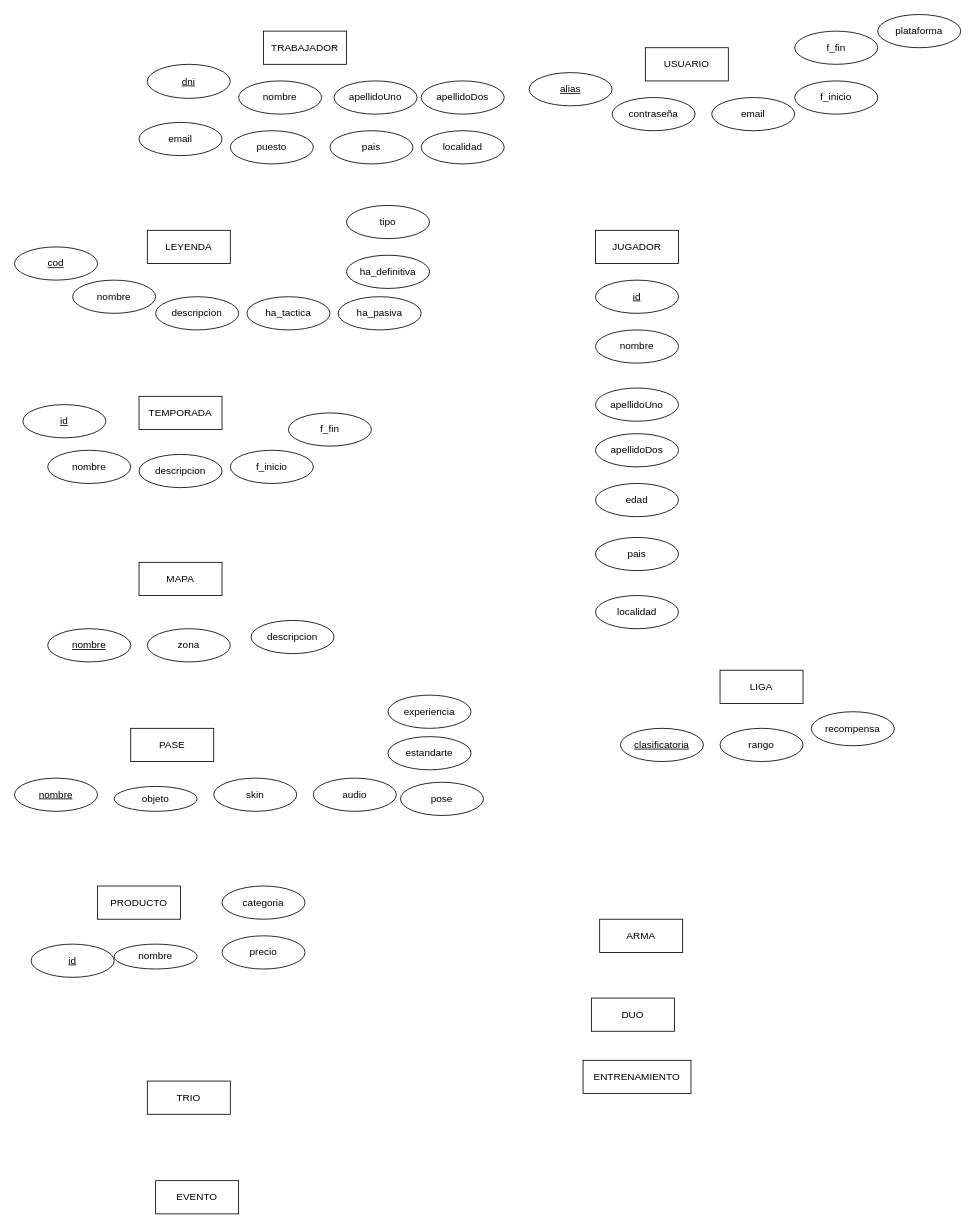
The draw.io diagram modelo_entidad_relacion/modelo_entidad_relacion.drawio in raulgp97/base_de_datos_apex_leyends, before the edit. Source tidied: cells renumbered, new cells numbered last; positions are measured from the earlier drawing's top-left corner, leaving out a move shared by most shapes. Both pictures are drawn from the tidied source at 83%, with x=0, y=0 at pixel (14, 14).
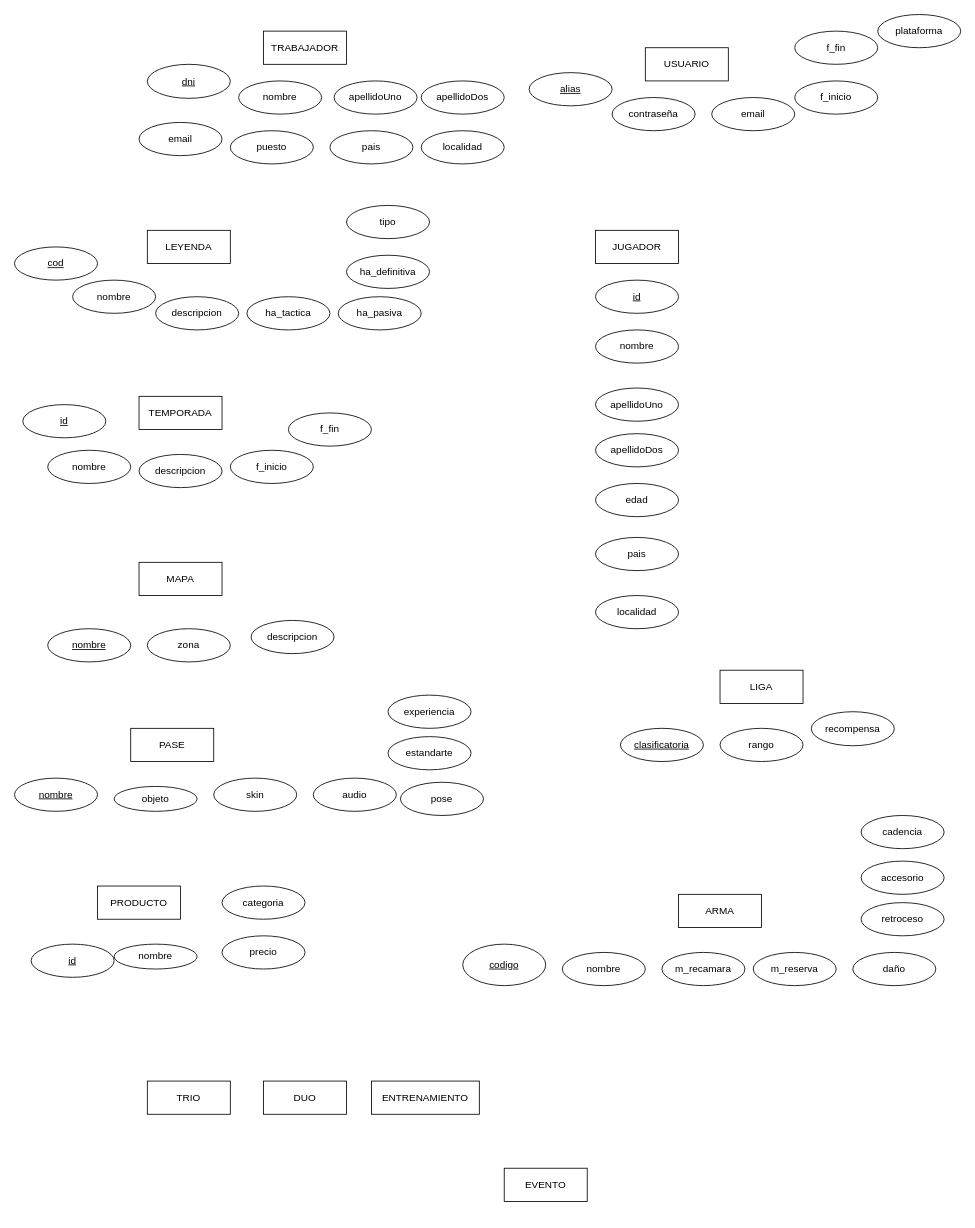
After the change.

Commit message:
Entidad arma

He añadido los atributos de la entidad arma.

What changed in the source:
```diff
@@
     <mxCell id="9" value="ARMA" style="whiteSpace=wrap;html=1;align=center;" parent="1" vertex="1">
-      <mxGeometry x="705" y="1090" width="100" height="40" as="geometry" />
+      <mxGeometry x="800" y="1060" width="100" height="40" as="geometry" />
     </mxCell>
@@
     <mxCell id="11" value="DUO" style="whiteSpace=wrap;html=1;align=center;" parent="1" vertex="1">
-      <mxGeometry x="695" y="1185" width="100" height="40" as="geometry" />
+      <mxGeometry x="300" y="1285" width="100" height="40" as="geometry" />
     </mxCell>
@@
     <mxCell id="13" value="ENTRENAMIENTO" style="whiteSpace=wrap;html=1;align=center;" parent="1" vertex="1">
-      <mxGeometry x="685" y="1260" width="130" height="40" as="geometry" />
+      <mxGeometry x="430" y="1285" width="130" height="40" as="geometry" />
     </mxCell>
     <mxCell id="14" value="EVENTO" style="whiteSpace=wrap;html=1;align=center;" parent="1" vertex="1">
-      <mxGeometry x="170" y="1405" width="100" height="40" as="geometry" />
+      <mxGeometry x="590" y="1390" width="100" height="40" as="geometry" />
     </mxCell>
@@
+    <mxCell id="66" value="nombre" style="ellipse;whiteSpace=wrap;html=1;align=center;" parent="1" vertex="1">
+      <mxGeometry x="660" y="1130" width="100" height="40" as="geometry" />
+    </mxCell>
+    <mxCell id="67" value="m_recamara" style="ellipse;whiteSpace=wrap;html=1;align=center;" parent="1" vertex="1">
+      <mxGeometry x="780" y="1130" width="100" height="40" as="geometry" />
+    </mxCell>
+    <mxCell id="68" value="m_reserva" style="ellipse;whiteSpace=wrap;html=1;align=center;" parent="1" vertex="1">
+      <mxGeometry x="890" y="1130" width="100" height="40" as="geometry" />
+    </mxCell>
+    <mxCell id="69" value="daño" style="ellipse;whiteSpace=wrap;html=1;align=center;" parent="1" vertex="1">
+      <mxGeometry x="1010" y="1130" width="100" height="40" as="geometry" />
+    </mxCell>
+    <mxCell id="70" value="retroceso" style="ellipse;whiteSpace=wrap;html=1;align=center;" parent="1" vertex="1">
+      <mxGeometry x="1020" y="1070" width="100" height="40" as="geometry" />
+    </mxCell>
+    <mxCell id="71" value="accesorio" style="ellipse;whiteSpace=wrap;html=1;align=center;" parent="1" vertex="1">
+      <mxGeometry x="1020" y="1020" width="100" height="40" as="geometry" />
+    </mxCell>
+    <mxCell id="72" value="codigo" style="ellipse;whiteSpace=wrap;html=1;align=center;fontStyle=4;" parent="1" vertex="1">
+      <mxGeometry x="540" y="1120" width="100" height="50" as="geometry" />
+    </mxCell>
+    <mxCell id="73" value="cadencia" style="ellipse;whiteSpace=wrap;html=1;align=center;" parent="1" vertex="1">
+      <mxGeometry x="1020" y="965" width="100" height="40" as="geometry" />
+    </mxCell>
```
